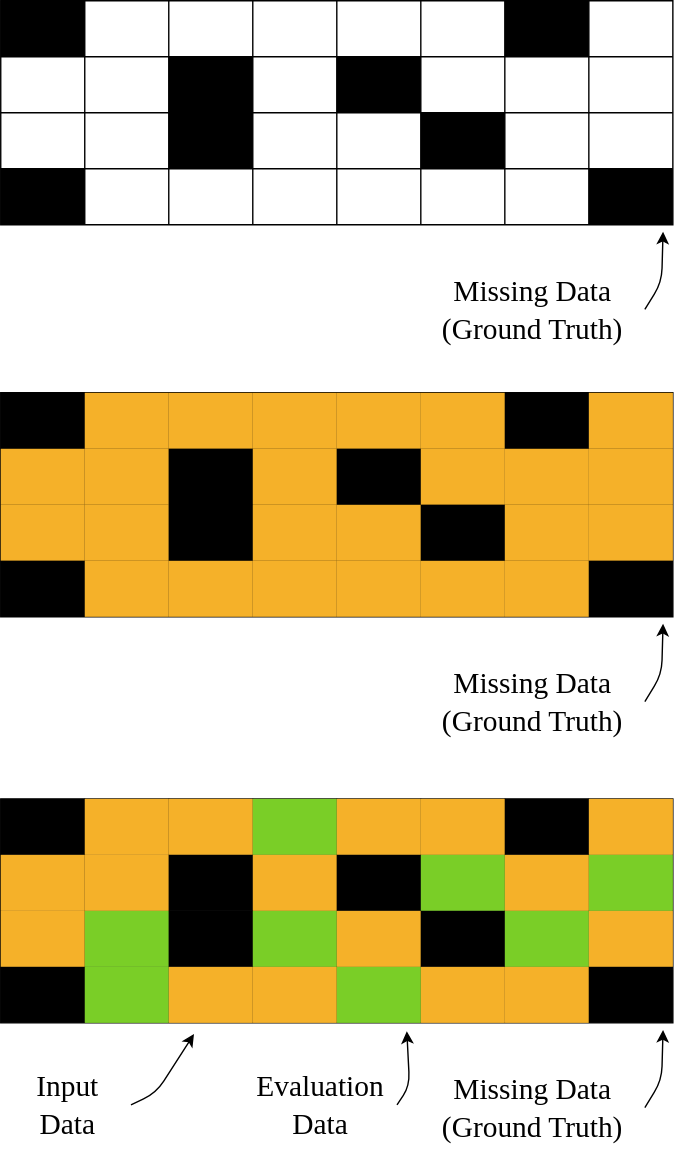
joshuawe/sepsis keeps this draw.io diagram as figures/imputation_metrics/datablock.svg. Above is the earlier version. Source tidied: cells renumbered, new cells last; positions are measured from the earlier drawing's top-left corner, leaving out a move shared by most shapes.
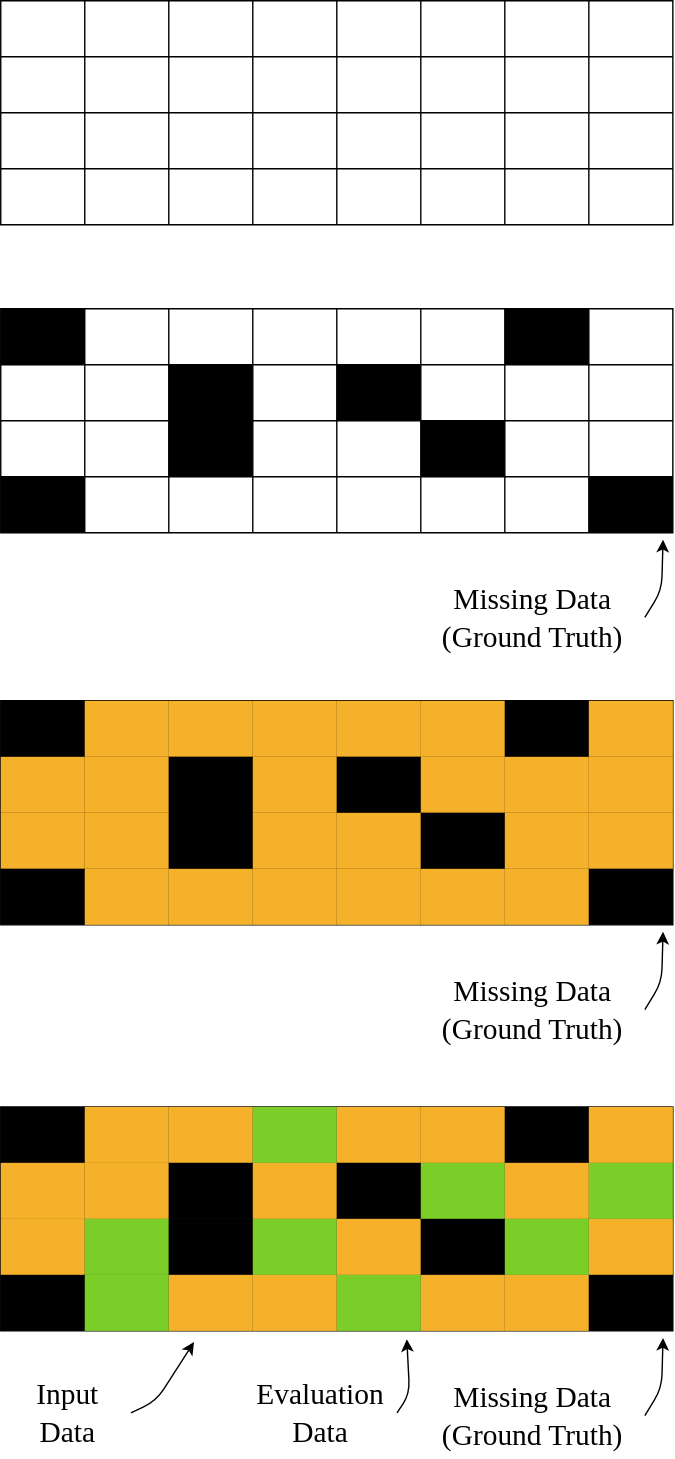
After the commit.

Change to the diagram source:
```diff
@@ -390,5 +390,116 @@
     <mxCell id="122" value="&lt;font face=&quot;Comic Sans MS&quot; style=&quot;font-size: 21px;&quot;&gt;Input&lt;br&gt;Data&lt;br&gt;&lt;/font&gt;" style="text;html=1;strokeColor=none;fillColor=none;align=center;verticalAlign=middle;whiteSpace=wrap;rounded=0;fontSize=21;" parent="1" vertex="1">
       <mxGeometry x="3" y="756" width="90" height="65" as="geometry" />
     </mxCell>
+    <mxCell id="123" style="shape=table;html=1;whiteSpace=wrap;startSize=0;" parent="1" vertex="1">
+      <mxGeometry y="-220" width="480" height="160" as="geometry" />
+    </mxCell>
+    <mxCell id="124" style="shape=tableRow;horizontal=0;startSize=0;swimlaneHead=0;swimlaneBody=0;top=0;left=0;bottom=0;right=0;fillColor=none;" parent="123" vertex="1">
+      <mxGeometry width="480" height="40" as="geometry" />
+    </mxCell>
+    <mxCell id="125" style="shape=partialRectangle;html=1;whiteSpace=wrap;fillColor=none;top=0;left=0;bottom=0;right=0;overflow=hidden;" parent="124" vertex="1">
+      <mxGeometry width="60" height="40" as="geometry" />
+    </mxCell>
+    <mxCell id="126" style="shape=partialRectangle;html=1;whiteSpace=wrap;fillColor=none;top=0;left=0;bottom=0;right=0;overflow=hidden;" parent="124" vertex="1">
+      <mxGeometry x="60" width="60" height="40" as="geometry" />
+    </mxCell>
+    <mxCell id="127" style="shape=partialRectangle;html=1;whiteSpace=wrap;fillColor=none;top=0;left=0;bottom=0;right=0;overflow=hidden;" parent="124" vertex="1">
+      <mxGeometry x="120" width="60" height="40" as="geometry" />
+    </mxCell>
+    <mxCell id="128" style="shape=partialRectangle;html=1;whiteSpace=wrap;fillColor=none;top=0;left=0;bottom=0;right=0;overflow=hidden;" parent="124" vertex="1">
+      <mxGeometry x="180" width="60" height="40" as="geometry" />
+    </mxCell>
+    <mxCell id="129" style="shape=partialRectangle;html=1;whiteSpace=wrap;fillColor=none;top=0;left=0;bottom=0;right=0;overflow=hidden;" parent="124" vertex="1">
+      <mxGeometry x="240" width="60" height="40" as="geometry" />
+    </mxCell>
+    <mxCell id="130" style="shape=partialRectangle;html=1;whiteSpace=wrap;fillColor=none;top=0;left=0;bottom=0;right=0;overflow=hidden;" parent="124" vertex="1">
+      <mxGeometry x="300" width="60" height="40" as="geometry" />
+    </mxCell>
+    <mxCell id="131" style="shape=partialRectangle;html=1;whiteSpace=wrap;fillColor=none;top=0;left=0;bottom=0;right=0;overflow=hidden;" parent="124" vertex="1">
+      <mxGeometry x="360" width="60" height="40" as="geometry" />
+    </mxCell>
+    <mxCell id="132" style="shape=partialRectangle;html=1;whiteSpace=wrap;fillColor=none;top=0;left=0;bottom=0;right=0;overflow=hidden;" parent="124" vertex="1">
+      <mxGeometry x="420" width="60" height="40" as="geometry" />
+    </mxCell>
+    <mxCell id="133" style="shape=tableRow;horizontal=0;startSize=0;swimlaneHead=0;swimlaneBody=0;top=0;left=0;bottom=0;right=0;fillColor=none;" parent="123" vertex="1">
+      <mxGeometry y="40" width="480" height="40" as="geometry" />
+    </mxCell>
+    <mxCell id="134" style="shape=partialRectangle;html=1;whiteSpace=wrap;fillColor=none;top=0;left=0;bottom=0;right=0;overflow=hidden;" parent="133" vertex="1">
+      <mxGeometry width="60" height="40" as="geometry" />
+    </mxCell>
+    <mxCell id="135" style="shape=partialRectangle;html=1;whiteSpace=wrap;fillColor=none;top=0;left=0;bottom=0;right=0;overflow=hidden;" parent="133" vertex="1">
+      <mxGeometry x="60" width="60" height="40" as="geometry" />
+    </mxCell>
+    <mxCell id="136" style="shape=partialRectangle;html=1;whiteSpace=wrap;fillColor=none;top=0;left=0;bottom=0;right=0;overflow=hidden;" parent="133" vertex="1">
+      <mxGeometry x="120" width="60" height="40" as="geometry" />
+    </mxCell>
+    <mxCell id="137" style="shape=partialRectangle;html=1;whiteSpace=wrap;fillColor=none;top=0;left=0;bottom=0;right=0;overflow=hidden;" parent="133" vertex="1">
+      <mxGeometry x="180" width="60" height="40" as="geometry" />
+    </mxCell>
+    <mxCell id="138" style="shape=partialRectangle;html=1;whiteSpace=wrap;fillColor=none;top=0;left=0;bottom=0;right=0;overflow=hidden;" parent="133" vertex="1">
+      <mxGeometry x="240" width="60" height="40" as="geometry" />
+    </mxCell>
+    <mxCell id="139" style="shape=partialRectangle;html=1;whiteSpace=wrap;fillColor=none;top=0;left=0;bottom=0;right=0;overflow=hidden;" parent="133" vertex="1">
+      <mxGeometry x="300" width="60" height="40" as="geometry" />
+    </mxCell>
+    <mxCell id="140" style="shape=partialRectangle;html=1;whiteSpace=wrap;fillColor=none;top=0;left=0;bottom=0;right=0;overflow=hidden;" parent="133" vertex="1">
+      <mxGeometry x="360" width="60" height="40" as="geometry" />
+    </mxCell>
+    <mxCell id="141" style="shape=partialRectangle;html=1;whiteSpace=wrap;fillColor=none;top=0;left=0;bottom=0;right=0;overflow=hidden;" parent="133" vertex="1">
+      <mxGeometry x="420" width="60" height="40" as="geometry" />
+    </mxCell>
+    <mxCell id="142" style="shape=tableRow;horizontal=0;startSize=0;swimlaneHead=0;swimlaneBody=0;top=0;left=0;bottom=0;right=0;fillColor=none;" parent="123" vertex="1">
+      <mxGeometry y="80" width="480" height="40" as="geometry" />
+    </mxCell>
+    <mxCell id="143" style="shape=partialRectangle;html=1;whiteSpace=wrap;fillColor=none;top=0;left=0;bottom=0;right=0;overflow=hidden;" parent="142" vertex="1">
+      <mxGeometry width="60" height="40" as="geometry" />
+    </mxCell>
+    <mxCell id="144" style="shape=partialRectangle;html=1;whiteSpace=wrap;fillColor=none;top=0;left=0;bottom=0;right=0;overflow=hidden;" parent="142" vertex="1">
+      <mxGeometry x="60" width="60" height="40" as="geometry" />
+    </mxCell>
+    <mxCell id="145" style="shape=partialRectangle;html=1;whiteSpace=wrap;fillColor=none;top=0;left=0;bottom=0;right=0;overflow=hidden;" parent="142" vertex="1">
+      <mxGeometry x="120" width="60" height="40" as="geometry" />
+    </mxCell>
+    <mxCell id="146" style="shape=partialRectangle;html=1;whiteSpace=wrap;fillColor=none;top=0;left=0;bottom=0;right=0;overflow=hidden;" parent="142" vertex="1">
+      <mxGeometry x="180" width="60" height="40" as="geometry" />
+    </mxCell>
+    <mxCell id="147" style="shape=partialRectangle;html=1;whiteSpace=wrap;fillColor=none;top=0;left=0;bottom=0;right=0;overflow=hidden;" parent="142" vertex="1">
+      <mxGeometry x="240" width="60" height="40" as="geometry" />
+    </mxCell>
+    <mxCell id="148" style="shape=partialRectangle;html=1;whiteSpace=wrap;fillColor=none;top=0;left=0;bottom=0;right=0;overflow=hidden;" parent="142" vertex="1">
+      <mxGeometry x="300" width="60" height="40" as="geometry" />
+    </mxCell>
+    <mxCell id="149" style="shape=partialRectangle;html=1;whiteSpace=wrap;fillColor=none;top=0;left=0;bottom=0;right=0;overflow=hidden;" parent="142" vertex="1">
+      <mxGeometry x="360" width="60" height="40" as="geometry" />
+    </mxCell>
+    <mxCell id="150" style="shape=partialRectangle;html=1;whiteSpace=wrap;fillColor=none;top=0;left=0;bottom=0;right=0;overflow=hidden;" parent="142" vertex="1">
+      <mxGeometry x="420" width="60" height="40" as="geometry" />
+    </mxCell>
+    <mxCell id="151" style="shape=tableRow;horizontal=0;startSize=0;swimlaneHead=0;swimlaneBody=0;top=0;left=0;bottom=0;right=0;fillColor=none;" parent="123" vertex="1">
+      <mxGeometry y="120" width="480" height="40" as="geometry" />
+    </mxCell>
+    <mxCell id="152" style="shape=partialRectangle;html=1;whiteSpace=wrap;fillColor=none;top=0;left=0;bottom=0;right=0;overflow=hidden;" parent="151" vertex="1">
+      <mxGeometry width="60" height="40" as="geometry" />
+    </mxCell>
+    <mxCell id="153" style="shape=partialRectangle;html=1;whiteSpace=wrap;fillColor=none;top=0;left=0;bottom=0;right=0;overflow=hidden;" parent="151" vertex="1">
+      <mxGeometry x="60" width="60" height="40" as="geometry" />
+    </mxCell>
+    <mxCell id="154" style="shape=partialRectangle;html=1;whiteSpace=wrap;fillColor=none;top=0;left=0;bottom=0;right=0;overflow=hidden;" parent="151" vertex="1">
+      <mxGeometry x="120" width="60" height="40" as="geometry" />
+    </mxCell>
+    <mxCell id="155" style="shape=partialRectangle;html=1;whiteSpace=wrap;fillColor=none;top=0;left=0;bottom=0;right=0;overflow=hidden;" parent="151" vertex="1">
+      <mxGeometry x="180" width="60" height="40" as="geometry" />
+    </mxCell>
+    <mxCell id="156" style="shape=partialRectangle;html=1;whiteSpace=wrap;fillColor=none;top=0;left=0;bottom=0;right=0;overflow=hidden;" parent="151" vertex="1">
+      <mxGeometry x="240" width="60" height="40" as="geometry" />
+    </mxCell>
+    <mxCell id="157" style="shape=partialRectangle;html=1;whiteSpace=wrap;fillColor=none;top=0;left=0;bottom=0;right=0;overflow=hidden;" parent="151" vertex="1">
+      <mxGeometry x="300" width="60" height="40" as="geometry" />
+    </mxCell>
+    <mxCell id="158" style="shape=partialRectangle;html=1;whiteSpace=wrap;fillColor=none;top=0;left=0;bottom=0;right=0;overflow=hidden;" parent="151" vertex="1">
+      <mxGeometry x="360" width="60" height="40" as="geometry" />
+    </mxCell>
+    <mxCell id="159" style="shape=partialRectangle;html=1;whiteSpace=wrap;fillColor=none;top=0;left=0;bottom=0;right=0;overflow=hidden;" parent="151" vertex="1">
+      <mxGeometry x="420" width="60" height="40" as="geometry" />
+    </mxCell>
   </root>
 </mxGraphModel>
```
